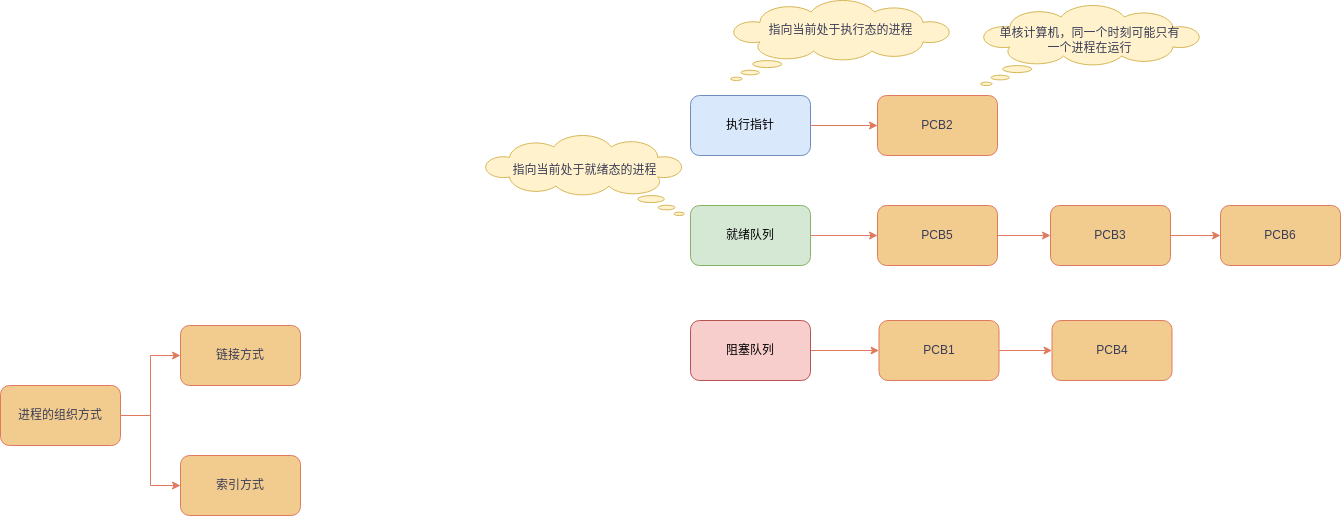
Earlier version of the draw.io export 进程的组织.drawio.png (YuMingLiDawn/Linux). Source tidied: cells renumbered, new cells last; positions are measured from the earlier drawing's top-left corner, leaving out a move shared by most shapes.
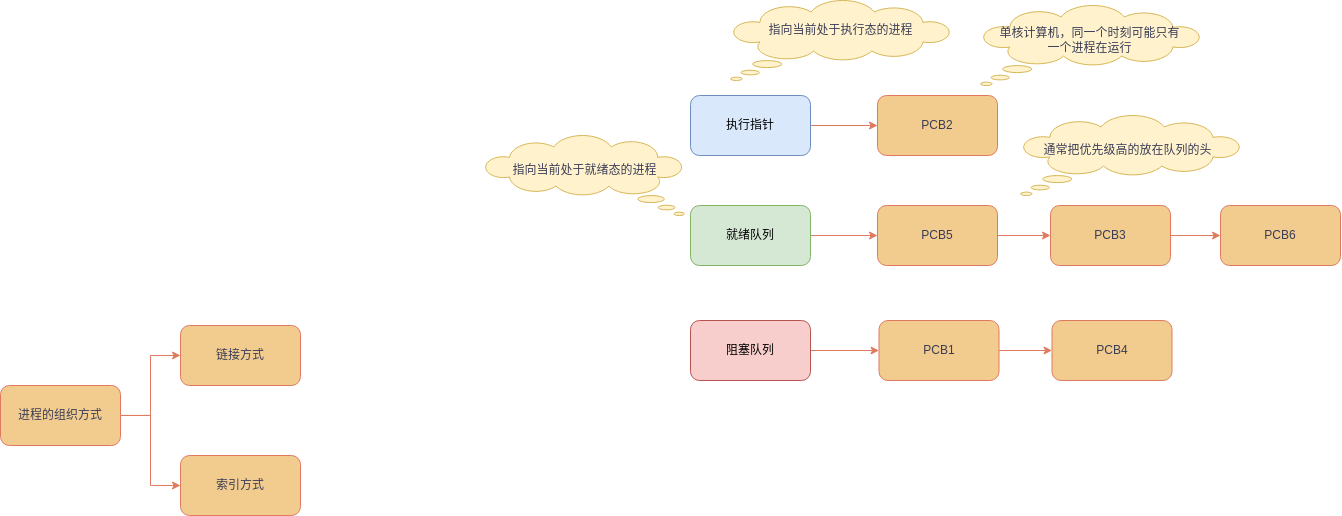
The same diagram one commit later.

Commit message:
更新进程的组织.drawio.png

Diff of the diagram source:
```diff
@@ -80,5 +80,11 @@
     <mxCell id="27" value="指向当前处于就绪态的进程" style="text;html=1;strokeColor=none;fillColor=none;align=center;verticalAlign=middle;whiteSpace=wrap;rounded=0;fontColor=#393C56;" parent="1" vertex="1">
       <mxGeometry x="491.5" y="155" width="185" height="30" as="geometry" />
     </mxCell>
+    <mxCell id="28" style="whiteSpace=wrap;html=1;shape=mxgraph.basic.cloud_callout;strokeColor=#d6b656;fillColor=#fff2cc;" parent="1" vertex="1">
+      <mxGeometry x="1020" y="115" width="220" height="80" as="geometry" />
+    </mxCell>
+    <mxCell id="29" value="通常把优先级高的放在队列的头" style="text;html=1;strokeColor=none;fillColor=none;align=center;verticalAlign=middle;whiteSpace=wrap;rounded=0;fontColor=#393C56;" parent="1" vertex="1">
+      <mxGeometry x="1035" y="135" width="185" height="30" as="geometry" />
+    </mxCell>
   </root>
 </mxGraphModel>
```
